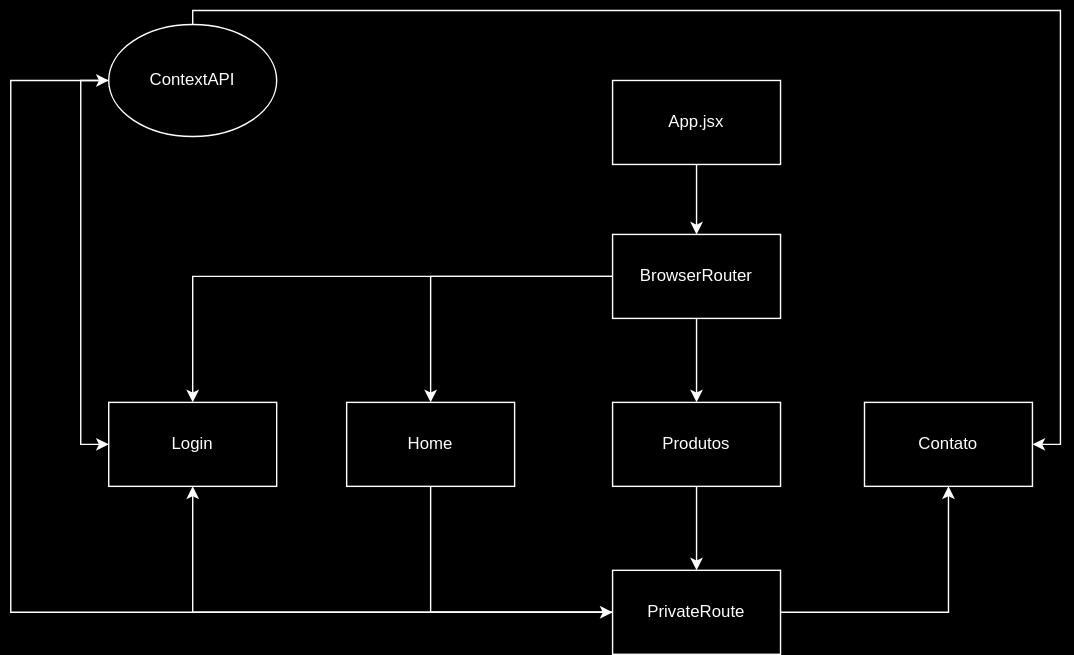
This is frontend/ARQUITETURA_FRONTEND.drawio.svg from marciogferreira/fs007, a draw.io export, as it was before one commit. Source tidied: cells renumbered, new cells last; positions are measured from the earlier drawing's top-left corner, leaving out a move shared by most shapes.
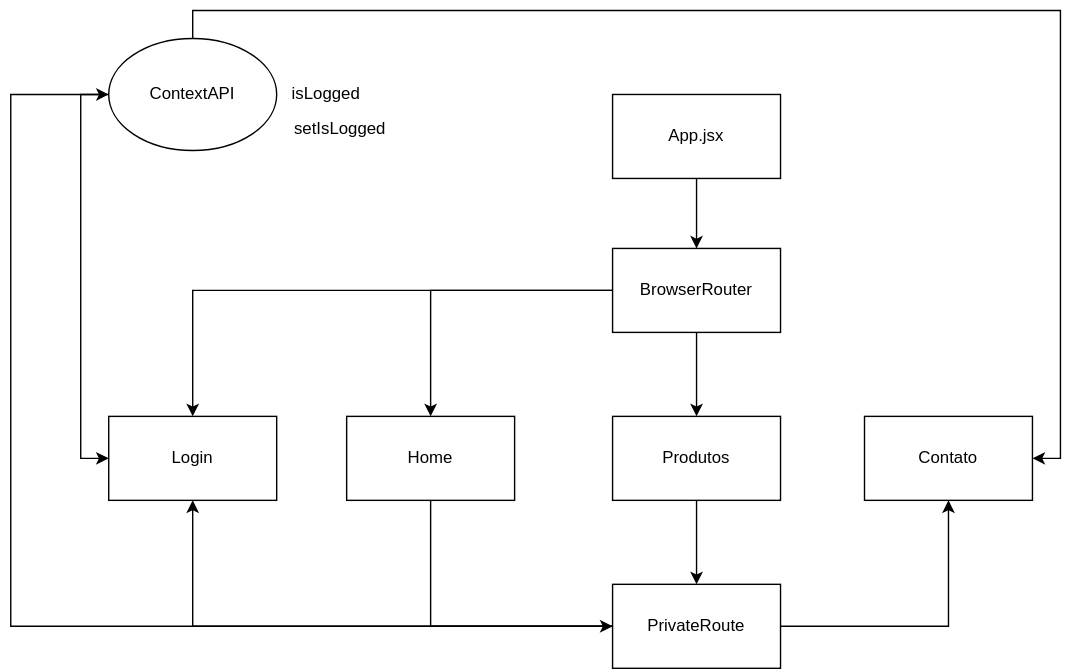
The same diagram one commit later.

Diff of the diagram source:
```diff
@@ -62,8 +62,8 @@
     <mxCell id="18" style="edgeStyle=orthogonalEdgeStyle;rounded=0;jettySize=auto;html=1;entryX=1;entryY=0.5;entryDx=0;entryDy=0;" parent="1" edge="1" source="20" target="11">
       <mxGeometry relative="1" as="geometry">
         <Array as="points">
-          <mxPoint x="130" />
-          <mxPoint x="750" />
+          <mxPoint x="130" y="-10" />
+          <mxPoint x="750" y="-10" />
           <mxPoint x="750" y="310" />
         </Array>
       </mxGeometry>
@@ -79,5 +79,11 @@
     <mxCell id="20" value="ContextAPI" style="ellipse;whiteSpace=wrap;html=1;" parent="1" vertex="1">
       <mxGeometry x="70" y="10" width="120" height="80" as="geometry" />
     </mxCell>
+    <mxCell id="21" value="isLogged" style="text;html=1;align=center;verticalAlign=middle;strokeColor=none;fillColor=none;" parent="1" vertex="1">
+      <mxGeometry x="190" y="35" width="70" height="30" as="geometry" />
+    </mxCell>
+    <mxCell id="22" value="setIsLogged" style="text;html=1;align=center;verticalAlign=middle;strokeColor=none;fillColor=none;" parent="1" vertex="1">
+      <mxGeometry x="190" y="60" width="90" height="30" as="geometry" />
+    </mxCell>
   </root>
 </mxGraphModel>
```
